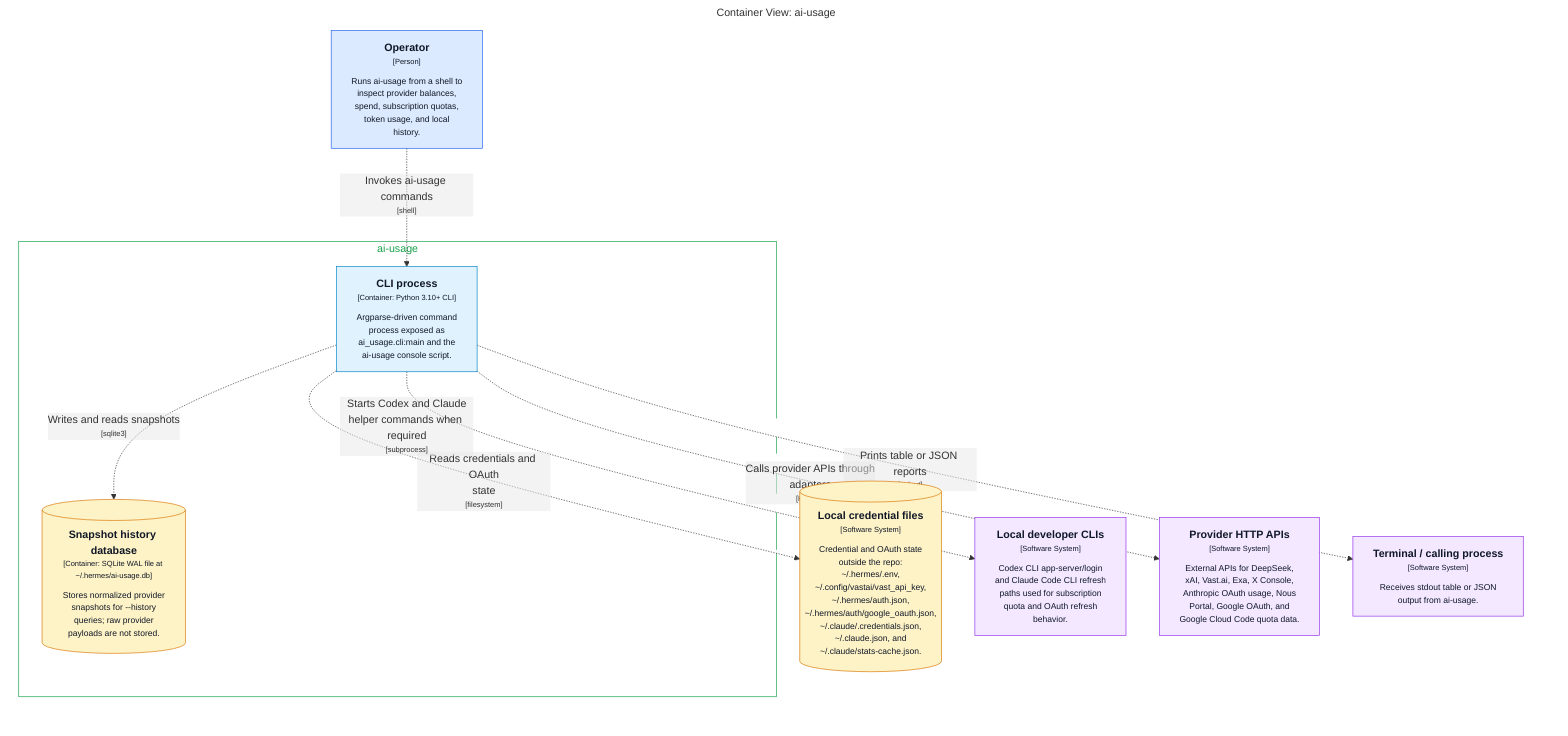
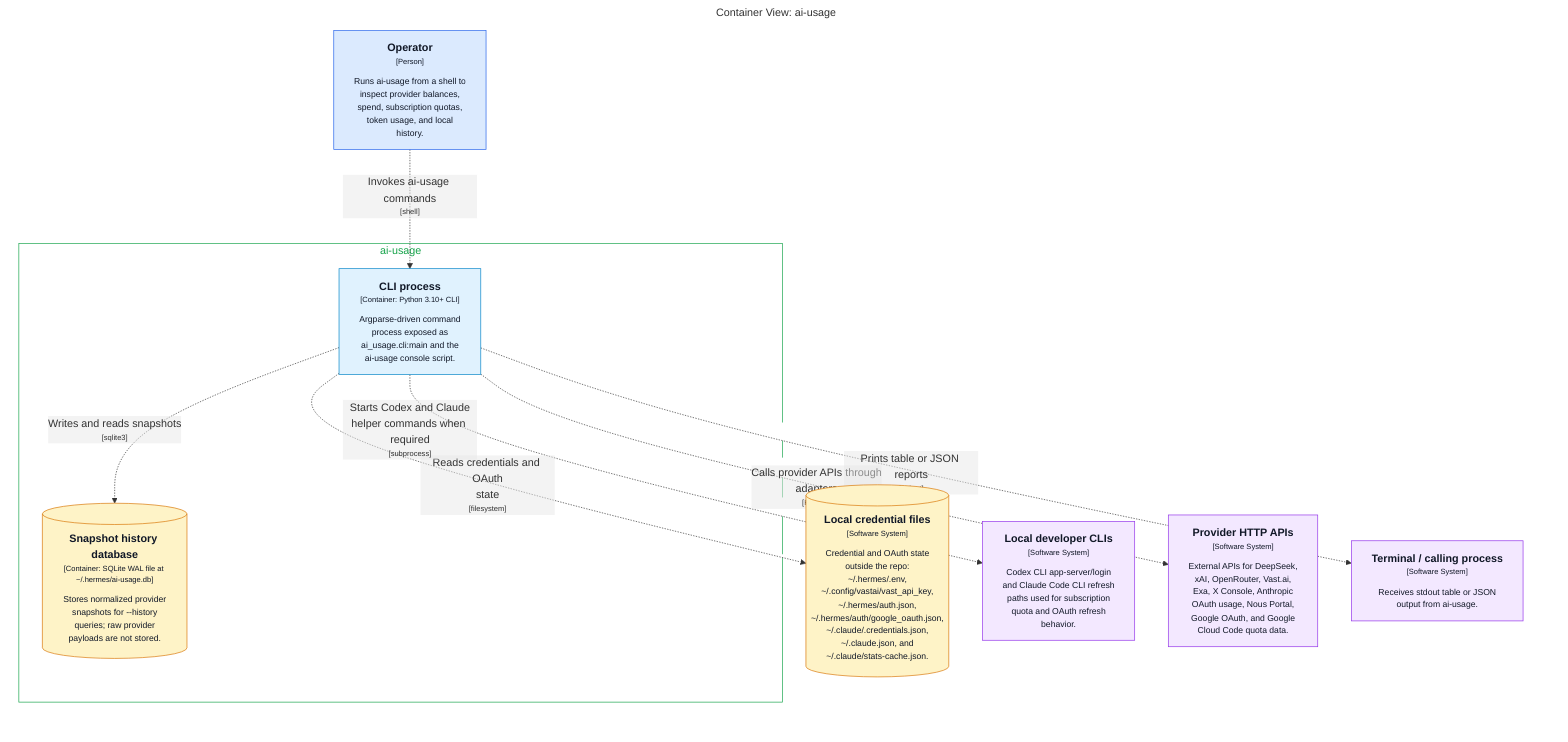
graph LR
  linkStyle default fill:#ffffff

  subgraph diagram ["Container View: ai-usage"]
    style diagram fill:#ffffff,stroke:#ffffff

    1["<div style='font-weight: bold'>Operator</div><div style='font-size: 70%; margin-top: 0px'>[Person]</div><div style='font-size: 80%; margin-top:10px'>Runs ai-usage from a shell to<br />inspect provider balances,<br />spend, subscription quotas,<br />token usage, and local<br />history.</div>"]
    style 1 fill:#dbeafe,stroke:#2563eb,color:#111827
    14[("<div style='font-weight: bold'>Local credential files</div><div style='font-size: 70%; margin-top: 0px'>[Software System]</div><div style='font-size: 80%; margin-top:10px'>Credential and OAuth state<br />outside the repo:<br />~/.hermes/.env,<br />~/.config/vastai/vast_api_key,<br />~/.hermes/auth.json,<br />~/.hermes/auth/google_oauth.json,<br />~/.claude/.credentials.json,<br />~/.claude.json, and<br />~/.claude/stats-cache.json.</div>")]
    style 14 fill:#fef3c7,stroke:#d97706,color:#111827
    15["<div style='font-weight: bold'>Local developer CLIs</div><div style='font-size: 70%; margin-top: 0px'>[Software System]</div><div style='font-size: 80%; margin-top:10px'>Codex CLI app-server/login<br />and Claude Code CLI refresh<br />paths used for subscription<br />quota and OAuth refresh<br />behavior.</div>"]
    style 15 fill:#f3e8ff,stroke:#9333ea,color:#111827
-     16["<div style='font-weight: bold'>Provider HTTP APIs</div><div style='font-size: 70%; margin-top: 0px'>[Software System]</div><div style='font-size: 80%; margin-top:10px'>External APIs for DeepSeek,<br />xAI, Vast.ai, Exa, X Console,<br />Anthropic OAuth usage, Nous<br />Portal, Google OAuth, and<br />Google Cloud Code quota data.</div>"]
+     16["<div style='font-weight: bold'>Provider HTTP APIs</div><div style='font-size: 70%; margin-top: 0px'>[Software System]</div><div style='font-size: 80%; margin-top:10px'>External APIs for DeepSeek,<br />xAI, OpenRouter, Vast.ai,<br />Exa, X Console, Anthropic<br />OAuth usage, Nous Portal,<br />Google OAuth, and Google<br />Cloud Code quota data.</div>"]
    style 16 fill:#f3e8ff,stroke:#9333ea,color:#111827
    17["<div style='font-weight: bold'>Terminal / calling process</div><div style='font-size: 70%; margin-top: 0px'>[Software System]</div><div style='font-size: 80%; margin-top:10px'>Receives stdout table or JSON<br />output from ai-usage.</div>"]
    style 17 fill:#f3e8ff,stroke:#9333ea,color:#111827

    subgraph 2 ["ai-usage"]
      style 2 fill:#ffffff,stroke:#16a34a,color:#16a34a

      13[("<div style='font-weight: bold'>Snapshot history database</div><div style='font-size: 70%; margin-top: 0px'>[Container: SQLite WAL file at ~/.hermes/ai-usage.db]</div><div style='font-size: 80%; margin-top:10px'>Stores normalized provider<br />snapshots for --history<br />queries; raw provider<br />payloads are not stored.</div>")]
      style 13 fill:#fef3c7,stroke:#d97706,color:#111827
      3["<div style='font-weight: bold'>CLI process</div><div style='font-size: 70%; margin-top: 0px'>[Container: Python 3.10+ CLI]</div><div style='font-size: 80%; margin-top:10px'>Argparse-driven command<br />process exposed as<br />ai_usage.cli:main and the<br />ai-usage console script.</div>"]
      style 3 fill:#e0f2fe,stroke:#0284c7,color:#111827
    end

    1-. "<div>Invokes ai-usage commands</div><div style='font-size: 70%'>[shell]</div>" .->3
    3-. "<div>Reads credentials and OAuth<br />state</div><div style='font-size: 70%'>[filesystem]</div>" .->14
    3-. "<div>Starts Codex and Claude<br />helper commands when required</div><div style='font-size: 70%'>[subprocess]</div>" .->15
    3-. "<div>Calls provider APIs through<br />adapters</div><div style='font-size: 70%'>[HTTPS]</div>" .->16
    3-. "<div>Writes and reads snapshots</div><div style='font-size: 70%'>[sqlite3]</div>" .->13
    3-. "<div>Prints table or JSON reports</div><div style='font-size: 70%'>[stdout]</div>" .->17

  end